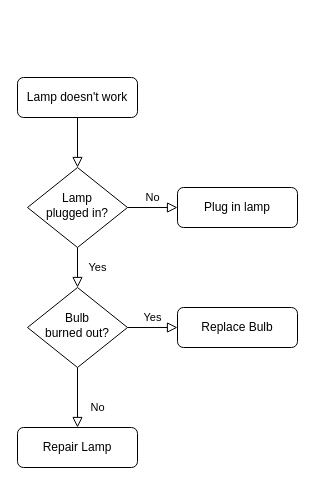
Earlier version of the draw.io diagram 未命名绘图.drawio (yuanzhizhang/yuanzhizhang). Source tidied: cells renumbered, new cells numbered last; positions are measured from the earlier drawing's top-left corner, leaving out a move shared by most shapes. Both pictures are drawn from the tidied source at 100%, with x=0, y=0 at pixel (17, 77).
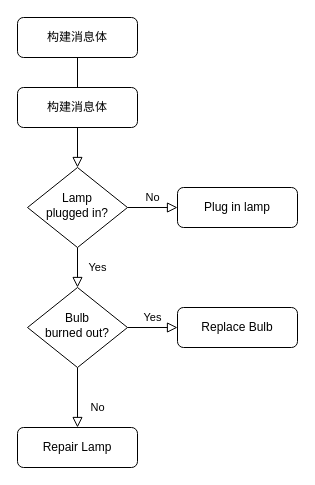
Above is the later version.

Commit message:
更新未命名绘图.drawio

Change to the diagram source:
```diff
@@
 <mxGraphModel>
   <root>
     <mxCell id="0" />
     <mxCell id="1" parent="0" />
     <mxCell id="2" style="rounded=0;html=1;jettySize=auto;fontSize=11;endArrow=block;endFill=0;endSize=8;strokeWidth=1;shadow=0;labelBackgroundColor=none;edgeStyle=orthogonalEdgeStyle;" parent="1" edge="1" source="3" target="6">
       <mxGeometry relative="1" as="geometry" />
     </mxCell>
-    <mxCell id="3" value="Lamp doesn't work" style="rounded=1;whiteSpace=wrap;html=1;fontSize=12;glass=0;strokeWidth=1;shadow=0;" parent="1" vertex="1">
-      <mxGeometry width="120" height="40" as="geometry" />
+    <mxCell id="3" value="构建消息体" style="rounded=1;whiteSpace=wrap;html=1;fontSize=12;glass=0;strokeWidth=1;shadow=0;" parent="1" vertex="1">
+      <mxGeometry y="-60" width="120" height="40" as="geometry" />
     </mxCell>
     <mxCell id="4" value="Yes" style="rounded=0;html=1;jettySize=auto;fontSize=11;endArrow=block;endFill=0;endSize=8;strokeWidth=1;shadow=0;labelBackgroundColor=none;edgeStyle=orthogonalEdgeStyle;" parent="1" edge="1" source="6" target="10">
       <mxGeometry y="20" relative="1" as="geometry" />
     </mxCell>
     <mxCell id="5" value="No" style="edgeStyle=orthogonalEdgeStyle;rounded=0;html=1;jettySize=auto;fontSize=11;endArrow=block;endFill=0;endSize=8;strokeWidth=1;shadow=0;labelBackgroundColor=none;" parent="1" edge="1" source="6" target="7">
       <mxGeometry y="10" relative="1" as="geometry" />
     </mxCell>
     <mxCell id="6" value="Lamp&lt;br&gt;plugged in?" style="rhombus;whiteSpace=wrap;html=1;shadow=0;fontFamily=Helvetica;fontSize=12;align=center;strokeWidth=1;spacing=6;spacingTop=-4;" parent="1" vertex="1">
       <mxGeometry x="10" y="90" width="100" height="80" as="geometry" />
     </mxCell>
     <mxCell id="7" value="Plug in lamp" style="rounded=1;whiteSpace=wrap;html=1;fontSize=12;glass=0;strokeWidth=1;shadow=0;" parent="1" vertex="1">
       <mxGeometry x="160" y="110" width="120" height="40" as="geometry" />
     </mxCell>
     <mxCell id="8" value="No" style="rounded=0;html=1;jettySize=auto;fontSize=11;endArrow=block;endFill=0;endSize=8;strokeWidth=1;shadow=0;labelBackgroundColor=none;edgeStyle=orthogonalEdgeStyle;" parent="1" edge="1" source="10" target="11">
       <mxGeometry x="0.33" y="20" relative="1" as="geometry" />
     </mxCell>
     <mxCell id="9" value="Yes" style="edgeStyle=orthogonalEdgeStyle;rounded=0;html=1;jettySize=auto;fontSize=11;endArrow=block;endFill=0;endSize=8;strokeWidth=1;shadow=0;labelBackgroundColor=none;" parent="1" edge="1" source="10" target="12">
       <mxGeometry y="10" relative="1" as="geometry" />
     </mxCell>
     <mxCell id="10" value="Bulb&lt;br&gt;burned out?" style="rhombus;whiteSpace=wrap;html=1;shadow=0;fontFamily=Helvetica;fontSize=12;align=center;strokeWidth=1;spacing=6;spacingTop=-4;" parent="1" vertex="1">
       <mxGeometry x="10" y="210" width="100" height="80" as="geometry" />
     </mxCell>
     <mxCell id="11" value="Repair Lamp" style="rounded=1;whiteSpace=wrap;html=1;fontSize=12;glass=0;strokeWidth=1;shadow=0;" parent="1" vertex="1">
       <mxGeometry y="350" width="120" height="40" as="geometry" />
     </mxCell>
     <mxCell id="12" value="Replace Bulb" style="rounded=1;whiteSpace=wrap;html=1;fontSize=12;glass=0;strokeWidth=1;shadow=0;" parent="1" vertex="1">
       <mxGeometry x="160" y="230" width="120" height="40" as="geometry" />
     </mxCell>
+    <mxCell id="13" value="构建消息体" style="rounded=1;whiteSpace=wrap;html=1;fontSize=12;glass=0;strokeWidth=1;shadow=0;" parent="1" vertex="1">
+      <mxGeometry y="10" width="120" height="40" as="geometry" />
+    </mxCell>
   </root>
 </mxGraphModel>
```
